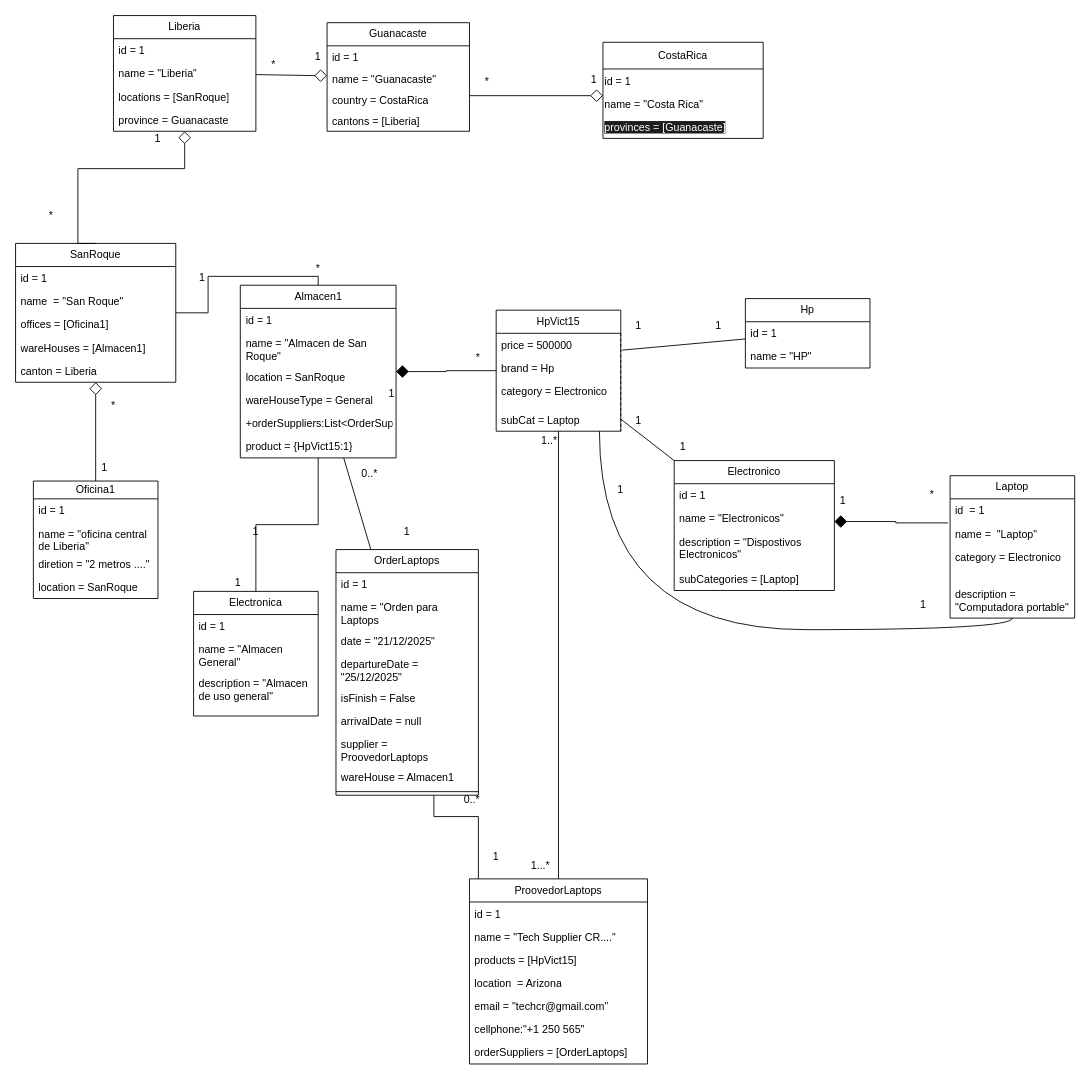
This is ObjectDiagram.drawio from estebanpc1234/bootcamp_Tarea_Sistema_Inventario, a draw.io file, before an edit. Source tidied: cells renumbered, new cells numbered last; positions are measured from the earlier drawing's top-left corner, leaving out a move shared by most shapes. Both pictures are drawn from the tidied source at 89%, with x=0, y=0 at pixel (15, 15).
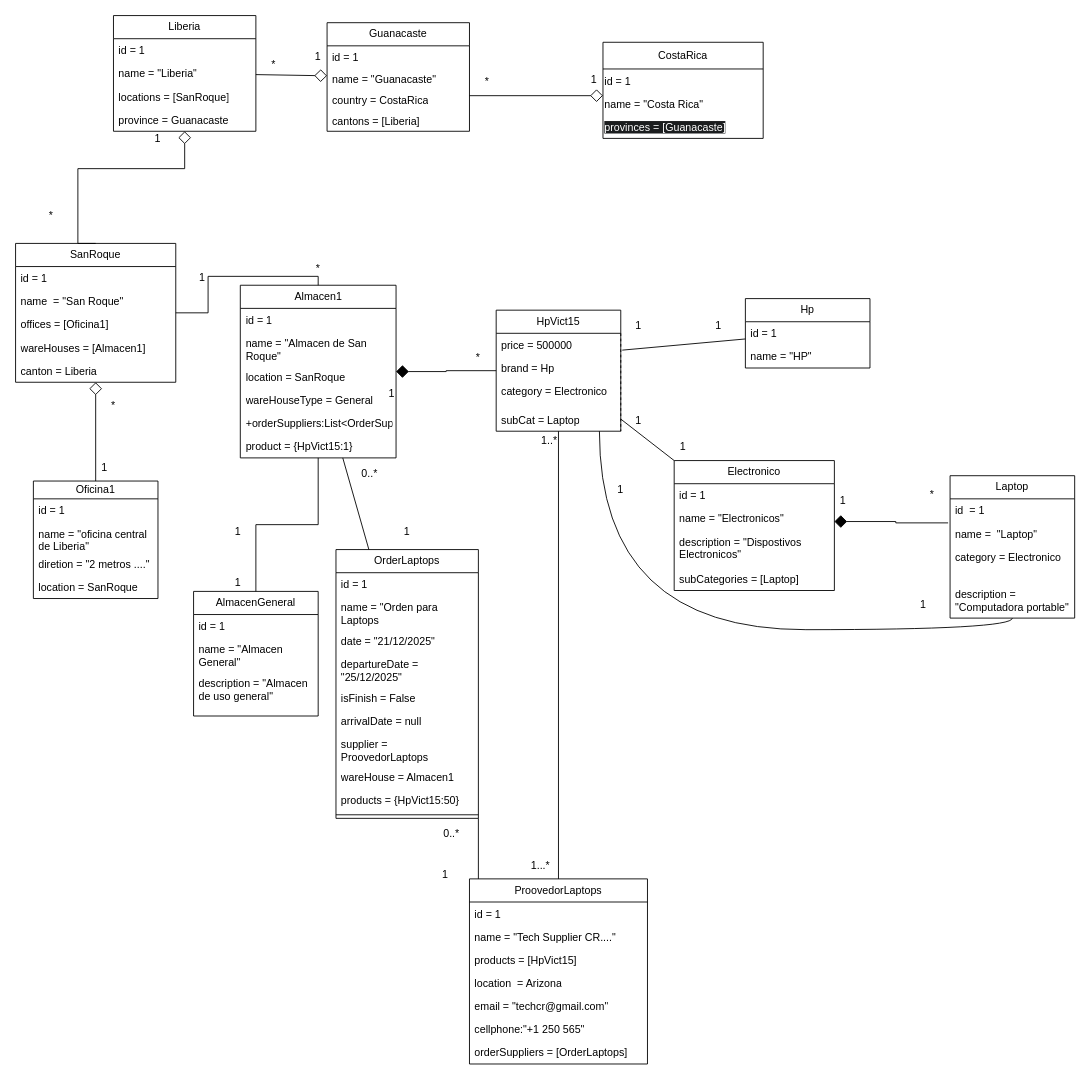
The same diagram, later.

The edit, as a diff of the source:
```diff
@@
-    <mxCell id="47" value="Electronica" style="swimlane;fontStyle=0;horizontal=1;startSize=26;fillColor=none;whiteSpace=wrap;html=1;" parent="1" vertex="1">
+    <mxCell id="47" value="AlmacenGeneral" style="swimlane;fontStyle=0;horizontal=1;startSize=26;fillColor=none;whiteSpace=wrap;html=1;" parent="1" vertex="1">
       <mxGeometry x="200" y="647" width="140" height="140" as="geometry" />
     </mxCell>
@@
     <mxCell id="99" value="1" style="text;html=1;whiteSpace=wrap;strokeColor=none;fillColor=none;align=center;verticalAlign=middle;rounded=0;" parent="1" vertex="1">
-      <mxGeometry x="200" y="565" width="140" height="30" as="geometry" />
+      <mxGeometry x="180" y="565" width="140" height="30" as="geometry" />
     </mxCell>
@@
     <mxCell id="103" value="OrderLaptops" style="swimlane;fontStyle=0;horizontal=1;startSize=26;fillColor=none;whiteSpace=wrap;html=1;" parent="1" vertex="1">
-      <mxGeometry x="360" y="600" width="160" height="276" as="geometry" />
+      <mxGeometry x="360" y="600" width="160" height="302" as="geometry" />
     </mxCell>
@@
+    <mxCell id="117" value="products = {HpVict15:50}" style="text;strokeColor=none;fillColor=none;align=left;verticalAlign=top;spacingLeft=4;spacingRight=4;overflow=hidden;whiteSpace=wrap;html=1;" parent="103" vertex="1">
+      <mxGeometry y="268" width="160" height="26" as="geometry" />
+    </mxCell>
     <mxCell id="112" style="line;strokeWidth=1;fillColor=none;align=left;verticalAlign=middle;spacingTop=-1;spacingLeft=3;spacingRight=3;labelPosition=right;strokeColor=inherit;" parent="103" vertex="1">
-      <mxGeometry y="268" width="160" height="8" as="geometry" />
+      <mxGeometry y="294" width="160" height="8" as="geometry" />
     </mxCell>
     <mxCell id="113" value="0..*" style="text;html=1;whiteSpace=wrap;strokeColor=none;fillColor=none;align=center;verticalAlign=middle;rounded=0;" parent="1" vertex="1">
-      <mxGeometry x="482.5" y="866" width="60" height="30" as="geometry" />
+      <mxGeometry x="460" y="905" width="60" height="30" as="geometry" />
     </mxCell>
     <mxCell id="114" value="1" style="text;html=1;whiteSpace=wrap;strokeColor=none;fillColor=none;align=center;verticalAlign=middle;rounded=0;" parent="1" vertex="1">
-      <mxGeometry x="510" y="930" width="60" height="30" as="geometry" />
+      <mxGeometry x="452.5" y="950" width="60" height="30" as="geometry" />
     </mxCell>
```
